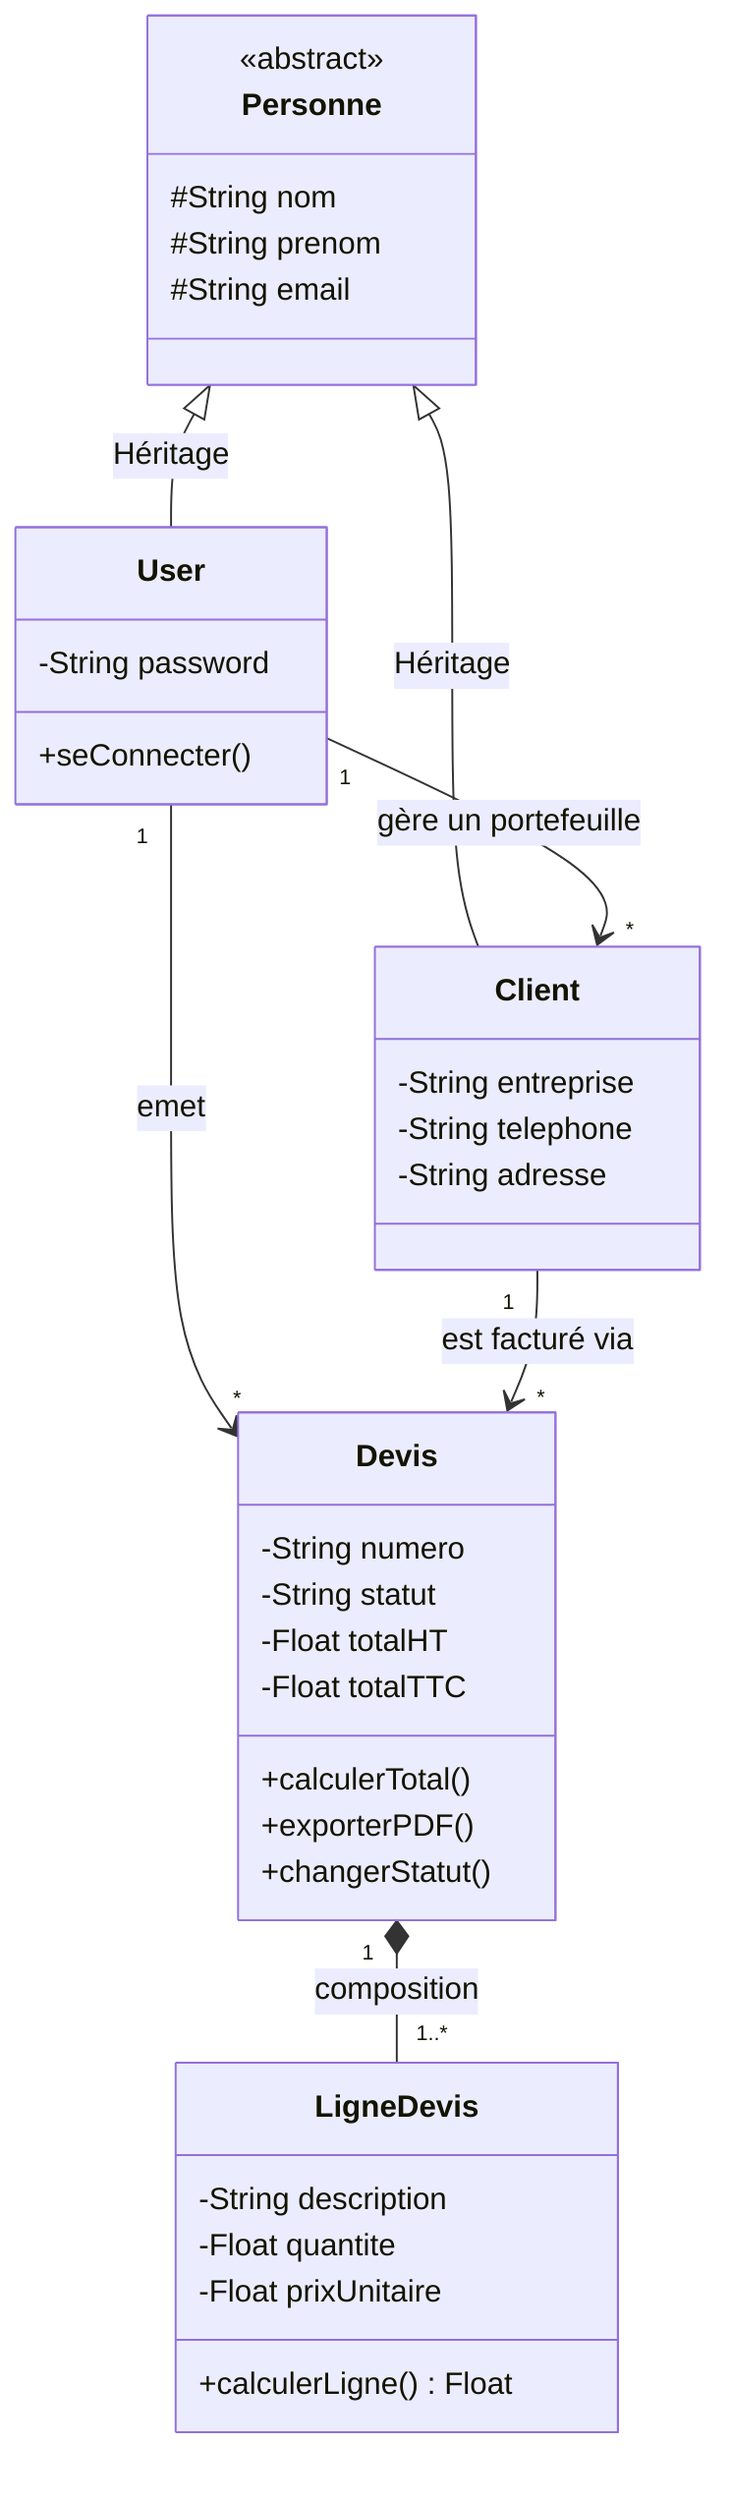
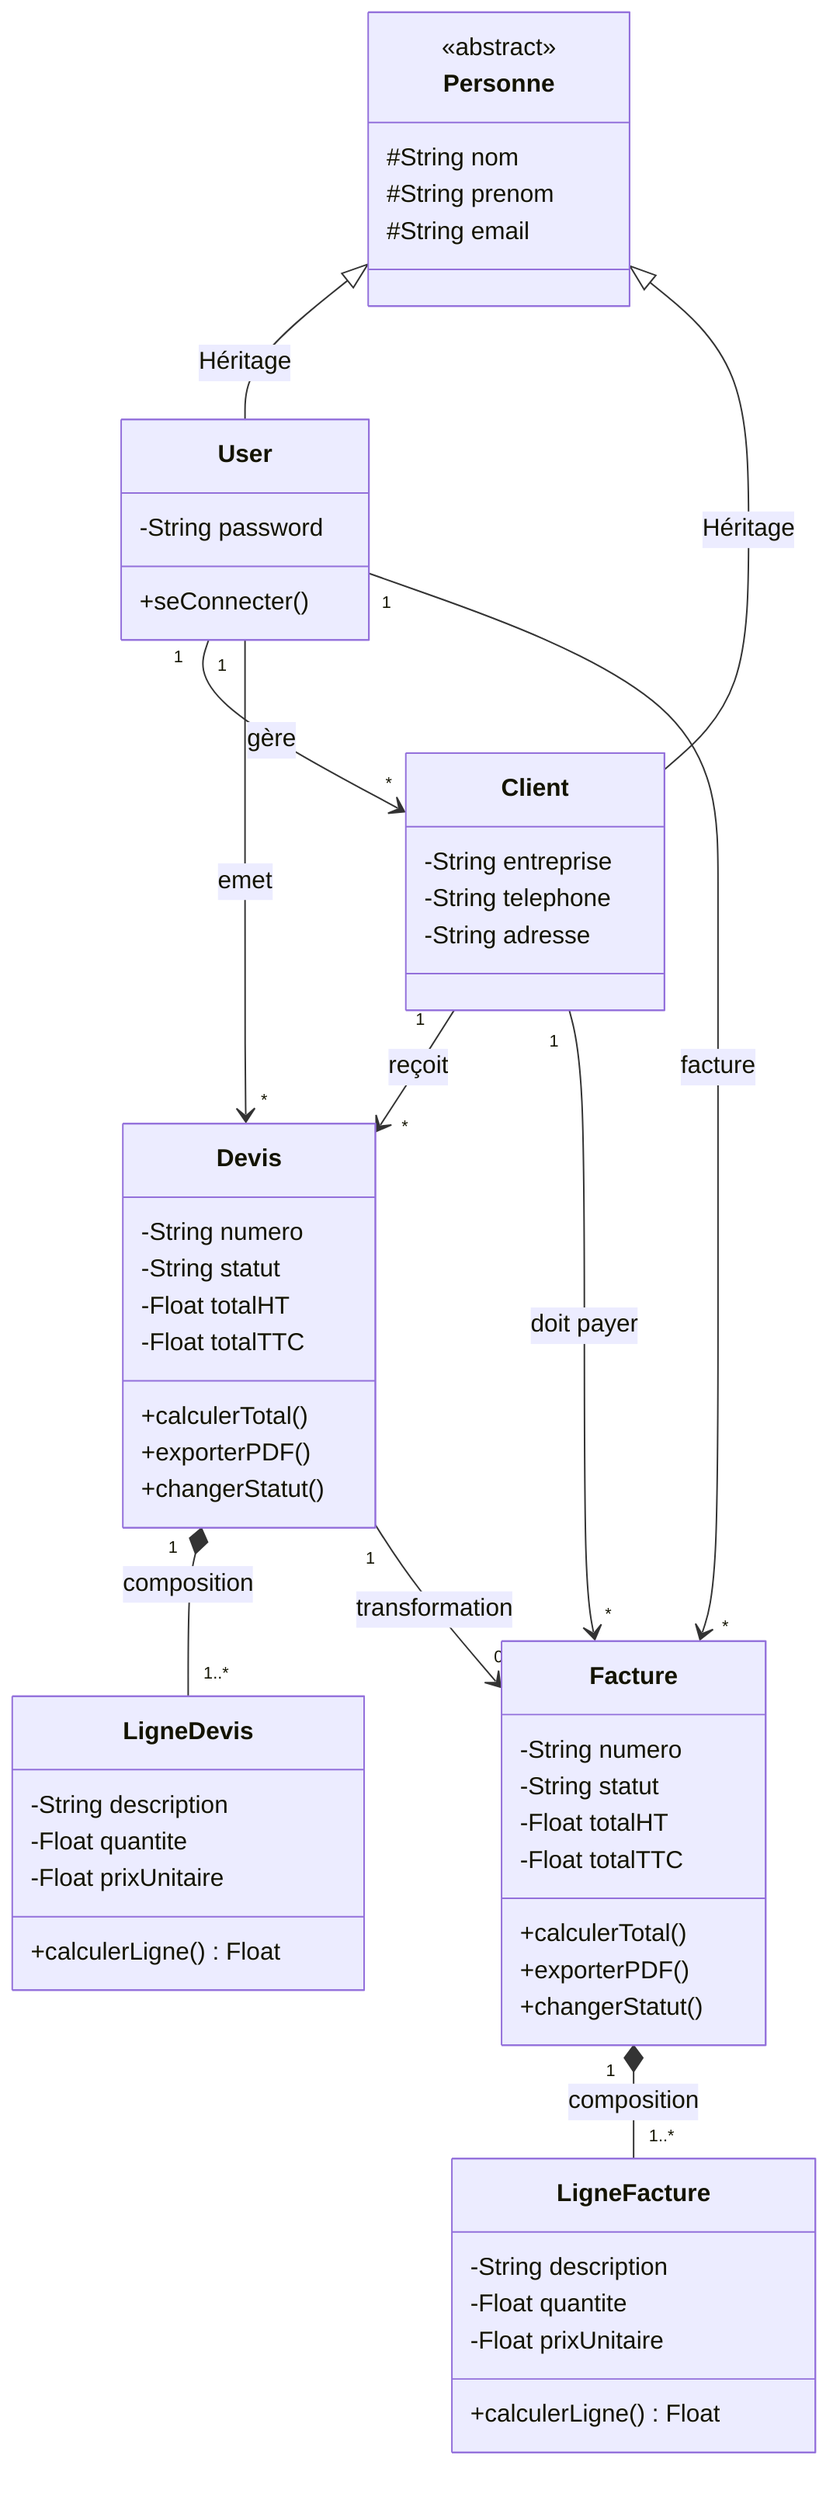
classDiagram
    class Personne {
        <<abstract>>
        #String nom
        #String prenom
        #String email
    }

    class User {
        -String password
        +seConnecter()
    }

    class Client {
        -String entreprise
        -String telephone
        -String adresse
    }

    Personne <|-- User : Héritage
    Personne <|-- Client : Héritage

    class Devis {
        -String numero
        -String statut
        -Float totalHT
        -Float totalTTC
        +calculerTotal()
        +exporterPDF()
        +changerStatut()
    }

    class LigneDevis {
        -String description
        -Float quantite
        -Float prixUnitaire
        +calculerLigne() Float
    }

-     User "1" --> "*" Client : gère un portefeuille
+     class Facture {
+         -String numero
+         -String statut
+         -Float totalHT
+         -Float totalTTC
+         +calculerTotal()
+         +exporterPDF()
+         +changerStatut()
+     }
+ 
+     class LigneFacture {
+         -String description
+         -Float quantite
+         -Float prixUnitaire
+         +calculerLigne() Float
+     }
+ 
+     User "1" --> "*" Client : gère
    User "1" --> "*" Devis : emet
-     Client "1" --> "*" Devis : est facturé via
+     User "1" --> "*" Facture : facture
+     Client "1" --> "*" Devis : reçoit
+     Client "1" --> "*" Facture : doit payer
    Devis "1" *-- "1..*" LigneDevis : composition
+     Facture "1" *-- "1..*" LigneFacture : composition
+     Devis "1" --> "0..1" Facture : transformation
